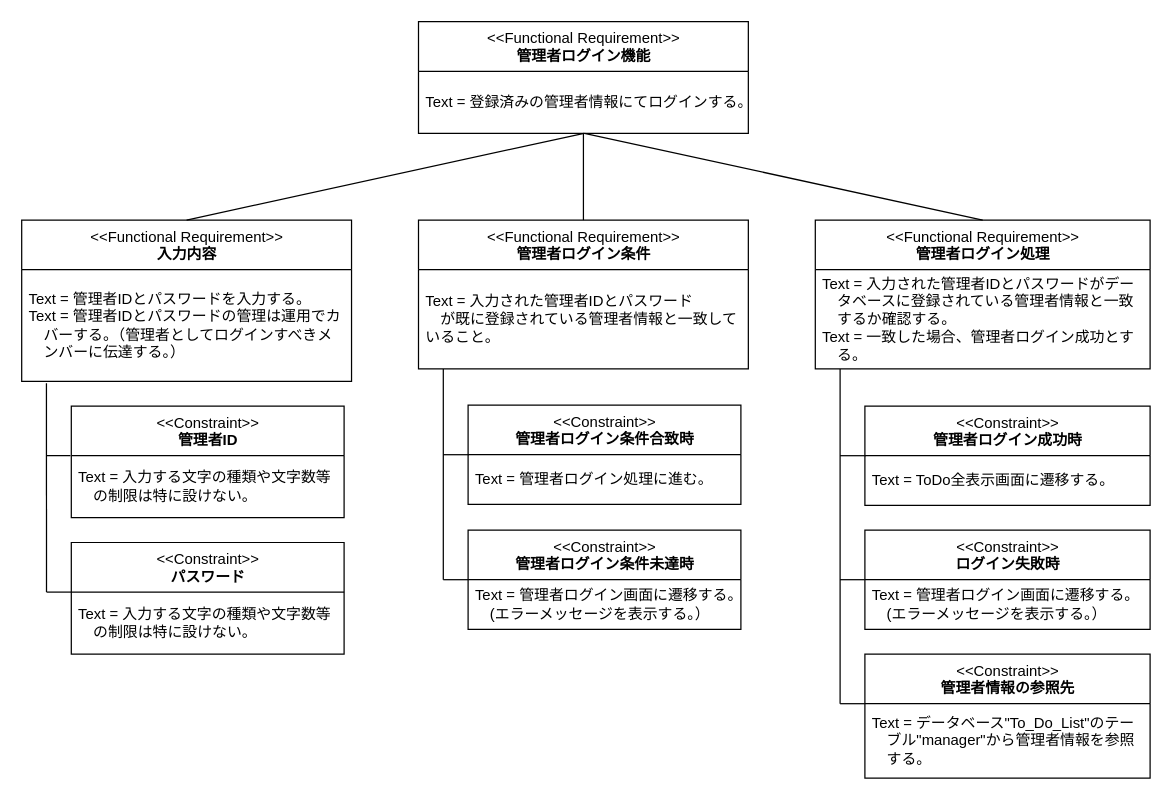
RRRYOOO/portfolio keeps this draw.io diagram as portfolio03/01/requirement_definition/requirement/portfolio03_01_requirement_manager_login.drawio. Above is the earlier version. Source tidied: cells renumbered, new cells numbered last; positions are measured from the earlier drawing's top-left corner, leaving out a move shared by most shapes. Both pictures are drawn from the tidied source at 124%, with x=0, y=0 at pixel (21, 21).
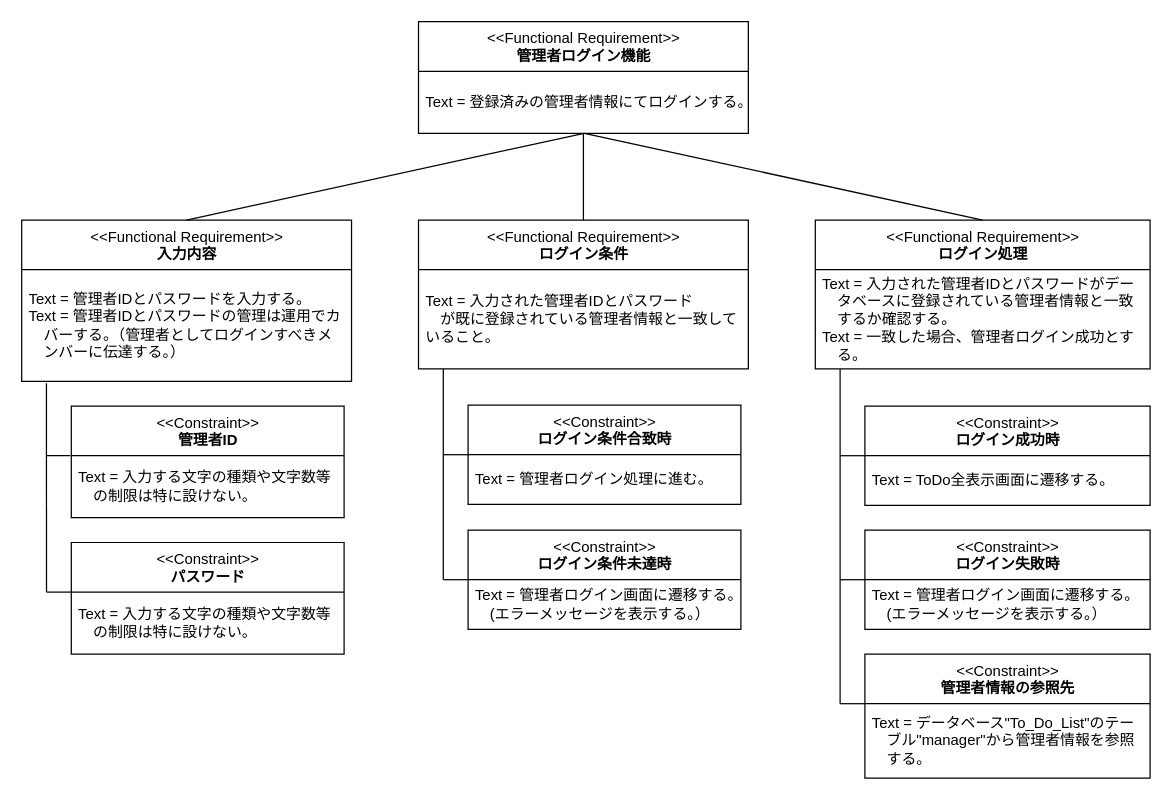
Above is the later version.

What changed in the source:
```diff
@@
-    <mxCell id="6" value="&amp;lt;&amp;lt;Functional Requirement&amp;gt;&amp;gt;&lt;br&gt;&lt;b&gt;管理者ログイン条件&lt;/b&gt;" style="swimlane;fontStyle=0;align=center;verticalAlign=top;horizontal=1;startSize=40;html=1;" parent="1" vertex="1">
+    <mxCell id="6" value="&amp;lt;&amp;lt;Functional Requirement&amp;gt;&amp;gt;&lt;br&gt;&lt;b&gt;ログイン条件&lt;/b&gt;" style="swimlane;fontStyle=0;align=center;verticalAlign=top;horizontal=1;startSize=40;html=1;" parent="1" vertex="1">
       <mxGeometry x="320" y="160" width="266" height="120" as="geometry" />
     </mxCell>
@@
-    <mxCell id="16" value="&amp;lt;&amp;lt;Functional Requirement&amp;gt;&amp;gt;&lt;br&gt;&lt;b&gt;管理者ログイン処理&lt;/b&gt;" style="swimlane;fontStyle=0;align=center;verticalAlign=top;horizontal=1;startSize=40;html=1;" parent="1" vertex="1">
+    <mxCell id="16" value="&amp;lt;&amp;lt;Functional Requirement&amp;gt;&amp;gt;&lt;br&gt;&lt;b&gt;ログイン処理&lt;/b&gt;" style="swimlane;fontStyle=0;align=center;verticalAlign=top;horizontal=1;startSize=40;html=1;" parent="1" vertex="1">
       <mxGeometry x="640" y="160" width="270" height="120" as="geometry" />
     </mxCell>
@@
-    <mxCell id="18" value="&amp;lt;&amp;lt;Constraint&amp;gt;&amp;gt;&lt;br&gt;&lt;b&gt;管理者ログイン成功時&lt;/b&gt;" style="swimlane;fontStyle=0;align=center;verticalAlign=top;horizontal=1;startSize=40;html=1;" parent="1" vertex="1">
+    <mxCell id="18" value="&amp;lt;&amp;lt;Constraint&amp;gt;&amp;gt;&lt;br&gt;&lt;b&gt;ログイン成功時&lt;/b&gt;" style="swimlane;fontStyle=0;align=center;verticalAlign=top;horizontal=1;startSize=40;html=1;" parent="1" vertex="1">
       <mxGeometry x="680" y="310" width="230" height="80" as="geometry" />
     </mxCell>
@@
-    <mxCell id="27" value="&amp;lt;&amp;lt;Constraint&amp;gt;&amp;gt;&lt;br&gt;&lt;b&gt;管理者ログイン条件合致時&lt;/b&gt;" style="swimlane;fontStyle=0;align=center;verticalAlign=top;horizontal=1;startSize=40;html=1;" parent="1" vertex="1">
+    <mxCell id="27" value="&amp;lt;&amp;lt;Constraint&amp;gt;&amp;gt;&lt;br&gt;&lt;b&gt;ログイン条件合致時&lt;/b&gt;" style="swimlane;fontStyle=0;align=center;verticalAlign=top;horizontal=1;startSize=40;html=1;" parent="1" vertex="1">
       <mxGeometry x="360" y="309.2" width="220" height="80" as="geometry" />
     </mxCell>
@@
-    <mxCell id="29" value="&amp;lt;&amp;lt;Constraint&amp;gt;&amp;gt;&lt;br&gt;&lt;b&gt;管理者ログイン条件未達時&lt;/b&gt;" style="swimlane;fontStyle=0;align=center;verticalAlign=top;horizontal=1;startSize=40;html=1;" parent="1" vertex="1">
+    <mxCell id="29" value="&amp;lt;&amp;lt;Constraint&amp;gt;&amp;gt;&lt;br&gt;&lt;b&gt;ログイン条件未達時&lt;/b&gt;" style="swimlane;fontStyle=0;align=center;verticalAlign=top;horizontal=1;startSize=40;html=1;" parent="1" vertex="1">
       <mxGeometry x="360" y="410" width="220" height="80" as="geometry" />
     </mxCell>
```
